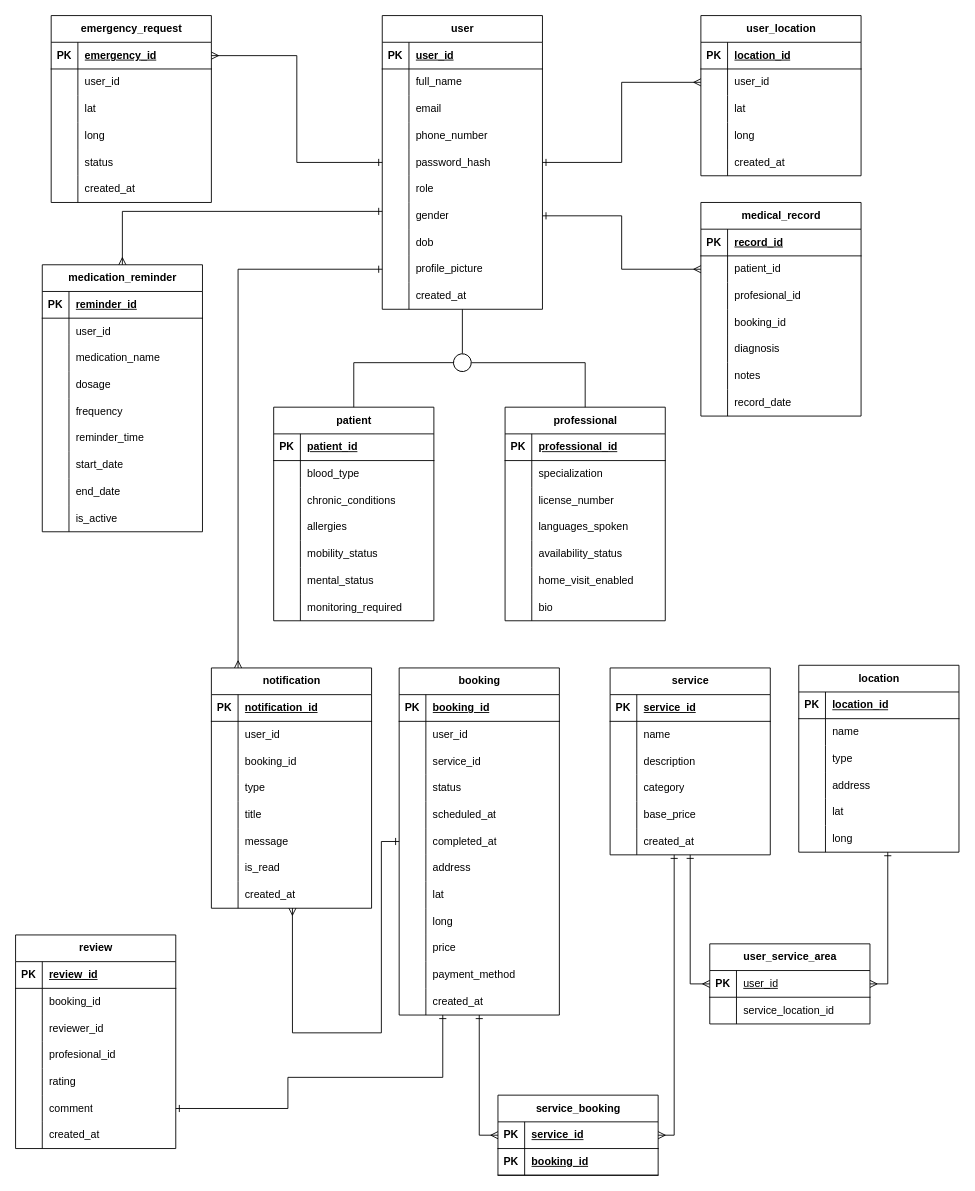
This is Dawi DB.drawio from TacoMaster04/draw.io, a draw.io file, before an edit. Source tidied: cells renumbered, new cells numbered last; positions are measured from the earlier drawing's top-left corner, leaving out a move shared by most shapes. Both pictures are drawn from the tidied source at 89%, with x=0, y=0 at pixel (15, 15).
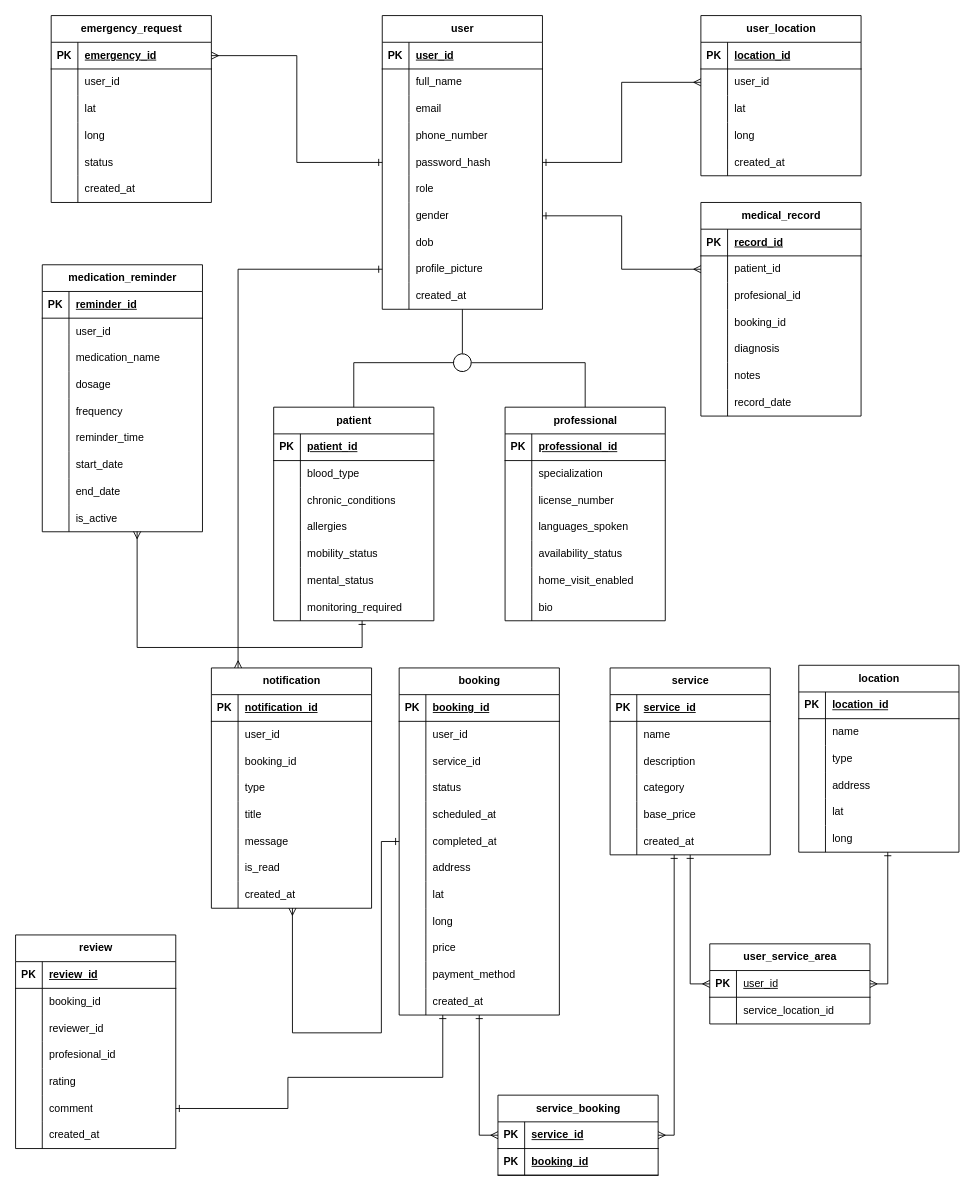
The same diagram, later.

Commit message:
Update Medical Reminders Relations.drawio

The change refers to these unchanged cells:
```xml
<mxCell id="26" style="shape=tableRow;horizontal=0;startSize=0;swimlaneHead=0;swimlaneBody=0;fillColor=none;points=[[0,0.5],[1,0.5]];portConstraint=eastwest;top=0;left=0;right=0;bottom=0;" parent="7" vertex="1">
  <mxGeometry y="210" width="180" height="30" as="geometry" />
</mxCell>
<mxCell id="57" value="medication_reminder" style="shape=table;startSize=30;childLayout=tableLayout;rowLines=0;fontStyle=1;align=center;html=1;" parent="1" vertex="1">
  <mxGeometry x="30" y="280" width="180" height="300" as="geometry" />
</mxCell>
<mxCell id="82" style="shape=tableRow;horizontal=0;startSize=0;swimlaneHead=0;swimlaneBody=0;fillColor=none;points=[[0,0.5],[1,0.5]];portConstraint=eastwest;top=0;left=0;right=0;bottom=0;" parent="57" vertex="1">
  <mxGeometry y="270" width="180" height="30" as="geometry" />
</mxCell>
<mxCell id="276" style="shape=tableRow;horizontal=0;startSize=0;swimlaneHead=0;swimlaneBody=0;fillColor=none;points=[[0,0.5],[1,0.5]];portConstraint=eastwest;top=0;left=0;right=0;bottom=0;" parent="257" vertex="1">
  <mxGeometry y="210" width="180" height="30" as="geometry" />
</mxCell>
```

Change to the diagram source:
```diff
@@
-    <mxCell id="313" style="edgeStyle=orthogonalEdgeStyle;rounded=0;jettySize=auto;html=1;entryX=0.5;entryY=0;entryDx=0;entryDy=0;startArrow=ERone;startFill=0;endArrow=ERmany;endFill=0;" parent="1" edge="1" source="26" target="57">
+    <mxCell id="313" style="edgeStyle=orthogonalEdgeStyle;rounded=0;jettySize=auto;html=1;entryX=0.592;entryY=0.99;entryDx=0;entryDy=0;startArrow=ERone;startFill=0;endArrow=ERmany;endFill=0;exitX=0.552;exitY=1.003;exitDx=0;exitDy=0;exitPerimeter=0;entryPerimeter=0;" parent="1" edge="1" source="276" target="82">
       <mxGeometry relative="1" as="geometry">
         <Array as="points">
-          <mxPoint x="120" y="220" />
+          <mxPoint x="389" y="710" />
+          <mxPoint x="137" y="710" />
         </Array>
       </mxGeometry>
     </mxCell>
```
